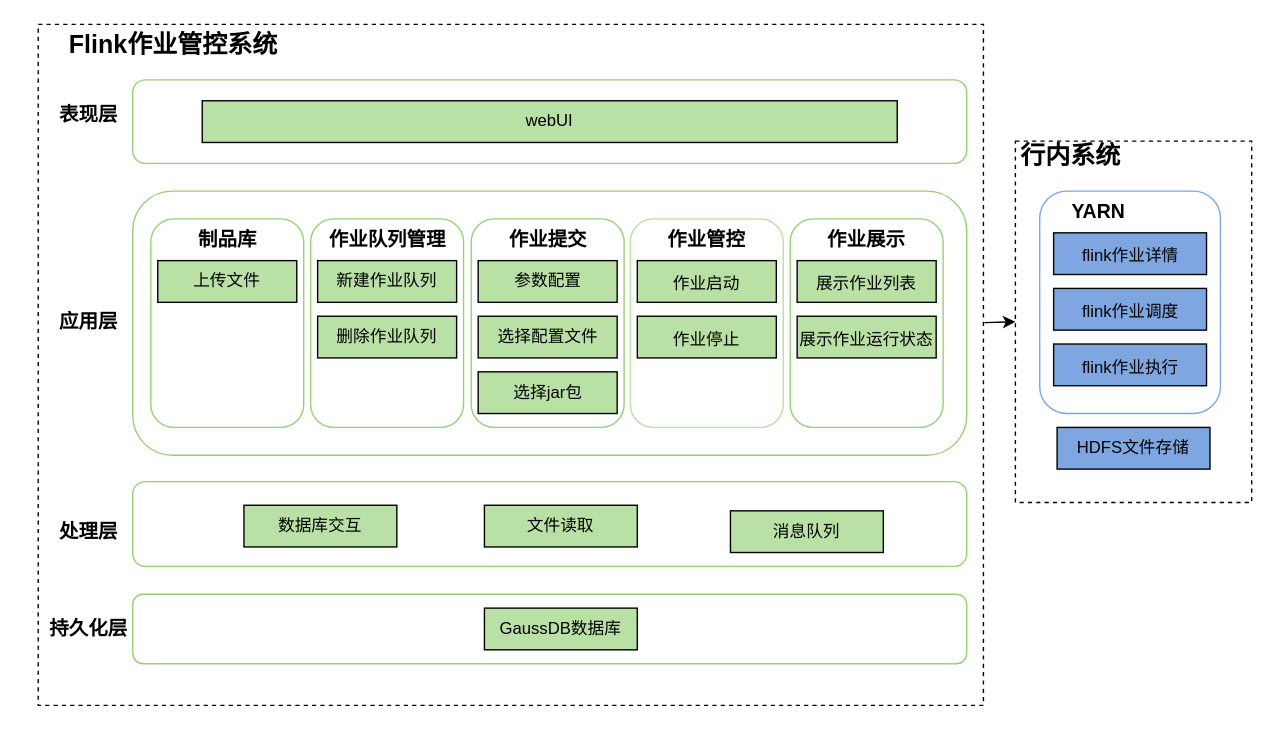
Janxun/graph keeps this draw.io diagram as Flink作业管控1.drawio. Above is the earlier version. Source tidied: cells renumbered, new cells numbered last; positions are measured from the earlier drawing's top-left corner, leaving out a move shared by most shapes. Both pictures are drawn from the tidied source at 139%, with x=0, y=0 at pixel (24, 24).
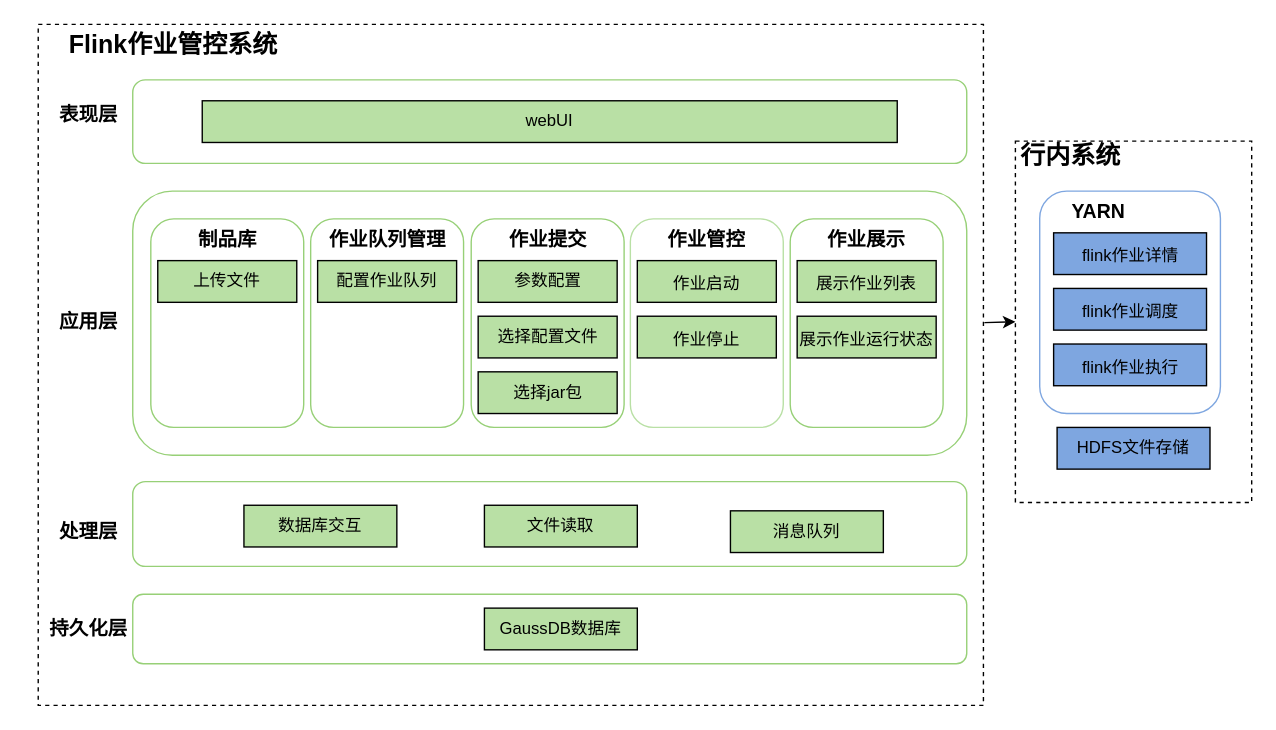
After the change.

The edit, as a diff of the source:
```diff
@@
-    <mxCell id="40" value="新建作业队列" style="rounded=0;whiteSpace=wrap;html=1;fontSize=12;fillColor=#B9E0A5;" parent="1" vertex="1">
+    <mxCell id="40" value="配置作业队列" style="rounded=0;whiteSpace=wrap;html=1;fontSize=12;fillColor=#B9E0A5;" parent="1" vertex="1">
       <mxGeometry x="211" y="170" width="100" height="30" as="geometry" />
     </mxCell>
@@
-    <mxCell id="42" value="删除作业队列" style="rounded=0;whiteSpace=wrap;html=1;fontSize=12;fillColor=#B9E0A5;" parent="1" vertex="1">
-      <mxGeometry x="211" y="210" width="100" height="30" as="geometry" />
-    </mxCell>
```
